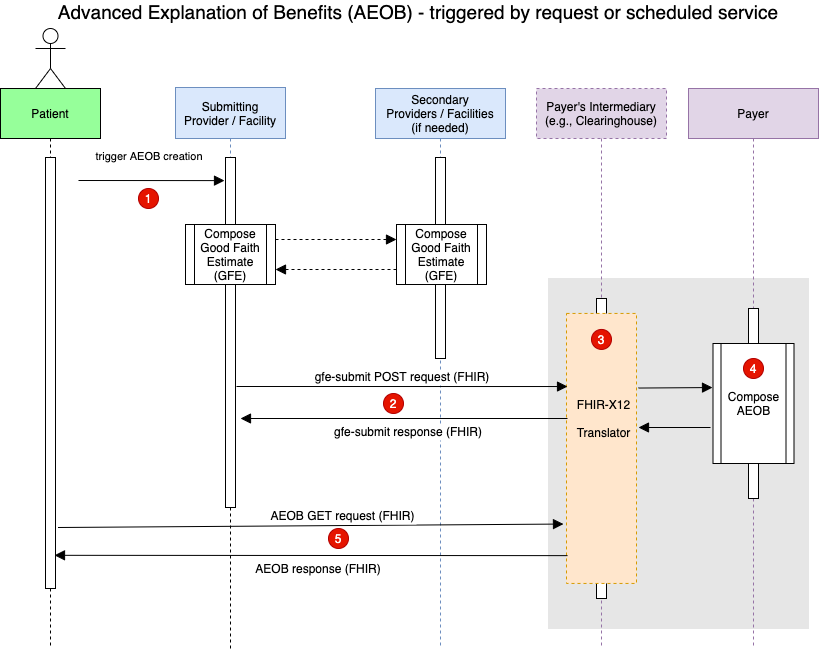
This is input/images/AEOB-interaction.drawio.png from HL7/davinci-pct, a draw.io export, as it was before one commit. Source tidied: cells renumbered, new cells last; positions are measured from the earlier drawing's top-left corner, leaving out a move shared by most shapes.
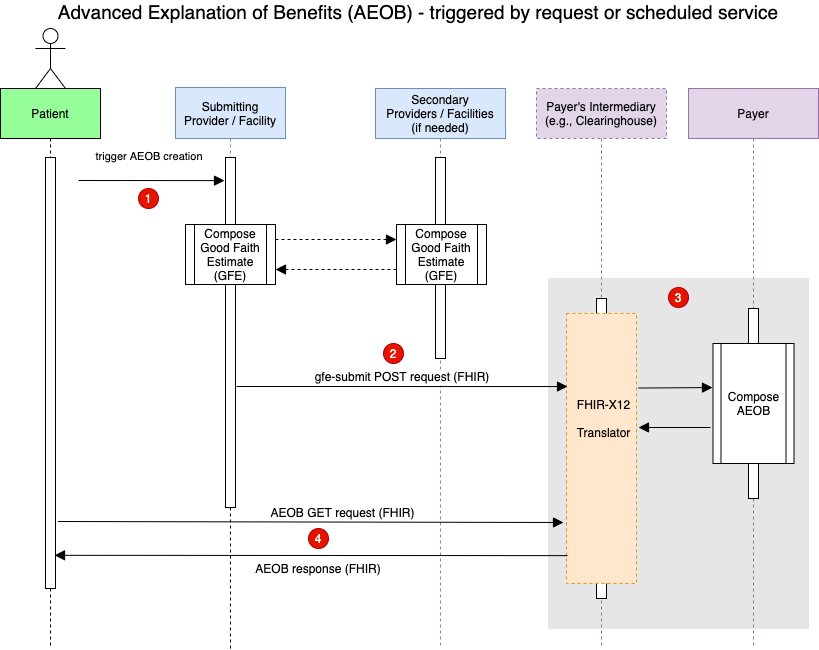
The same file after the commit.

What changed in the source:
```diff
@@ -58,11 +58,8 @@
       <mxGeometry x="138" y="187" width="20" height="20" as="geometry" />
     </mxCell>
     <mxCell id="18" value="2" style="ellipse;whiteSpace=wrap;html=1;fillColor=#e51400;strokeColor=#B20000;fontColor=#ffffff;" parent="1" vertex="1">
-      <mxGeometry x="383" y="392" width="20" height="20" as="geometry" />
+      <mxGeometry x="383" y="342" width="20" height="20" as="geometry" />
     </mxCell>
-    <mxCell id="19" value="5" style="ellipse;whiteSpace=wrap;html=1;fillColor=#e51400;strokeColor=#B20000;fontColor=#ffffff;" parent="1" vertex="1">
-      <mxGeometry x="328" y="527" width="20" height="20" as="geometry" />
-    </mxCell>
     <mxCell id="20" style="perimeter=orthogonalPerimeter;rounded=0;shadow=0;strokeWidth=1;fillColor=#E6E6E6;strokeColor=#E6E6E6;" parent="1" vertex="1">
       <mxGeometry x="548" y="277" width="260" height="350" as="geometry" />
     </mxCell>
@@ -87,14 +84,11 @@
     <mxCell id="27" value="&lt;font style=&quot;font-size: 12px ; font-weight: normal&quot;&gt;FHIR-X12&lt;br&gt;Translator&lt;/font&gt;" style="text;strokeColor=none;fillColor=none;html=1;fontSize=24;fontStyle=1;verticalAlign=middle;align=center;" parent="25" vertex="1">
       <mxGeometry y="51.2" width="70" height="90" as="geometry" />
     </mxCell>
-    <mxCell id="28" value="3" style="ellipse;whiteSpace=wrap;html=1;fillColor=#e51400;strokeColor=#B20000;fontColor=#ffffff;" parent="25" vertex="1">
-      <mxGeometry x="23" y="10.9" width="20" height="20" as="geometry" />
-    </mxCell>
     <mxCell id="29" value="Compose AEOB" style="shape=process;whiteSpace=wrap;html=1;backgroundOutline=1;" parent="1" vertex="1">
       <mxGeometry x="712.5" y="342" width="81" height="120" as="geometry" />
     </mxCell>
-    <mxCell id="30" value="4" style="ellipse;whiteSpace=wrap;html=1;fillColor=#e51400;strokeColor=#B20000;fontColor=#ffffff;" parent="1" vertex="1">
-      <mxGeometry x="743" y="357" width="20" height="20" as="geometry" />
+    <mxCell id="30" value="3" style="ellipse;whiteSpace=wrap;html=1;fillColor=#e51400;strokeColor=#B20000;fontColor=#ffffff;" parent="1" vertex="1">
+      <mxGeometry x="668" y="286" width="20" height="20" as="geometry" />
     </mxCell>
     <mxCell id="31" value="AEOB response (FHIR)" style="verticalAlign=bottom;endArrow=block;endSize=8;shadow=0;strokeWidth=1;endFill=1;entryX=0.9;entryY=0.923;entryDx=0;entryDy=0;entryPerimeter=0;exitX=0.014;exitY=0.897;exitDx=0;exitDy=0;exitPerimeter=0;fontSize=12;" parent="1" edge="1" source="26" target="3">
       <mxGeometry x="-0.03" y="23" relative="1" as="geometry" />
@@ -116,16 +110,14 @@
         <mxPoint x="638" y="426" as="targetPoint" />
       </mxGeometry>
     </mxCell>
-    <mxCell id="35" value="AEOB GET request (FHIR)" style="verticalAlign=bottom;endArrow=block;endSize=8;shadow=0;strokeWidth=1;endFill=1;entryX=-0.043;entryY=0.78;entryDx=0;entryDy=0;entryPerimeter=0;fontSize=12;" parent="1" edge="1" target="26">
+    <mxCell id="35" value="AEOB GET request (FHIR)" style="verticalAlign=bottom;endArrow=block;endSize=8;shadow=0;strokeWidth=1;endFill=1;fontSize=12;" parent="1" edge="1">
       <mxGeometry x="0.13" relative="1" as="geometry">
-        <mxPoint x="57.5" y="526" as="sourcePoint" />
+        <mxPoint x="57.5" y="520" as="sourcePoint" />
+        <mxPoint x="563" y="521" as="targetPoint" />
       </mxGeometry>
     </mxCell>
-    <mxCell id="36" value="gfe-submit response (FHIR)" style="verticalAlign=bottom;endArrow=block;endSize=8;shadow=0;strokeWidth=1;endFill=1;fontSize=12;" parent="1" edge="1">
-      <mxGeometry x="-0.03" y="23" relative="1" as="geometry">
-        <mxPoint x="567" y="417" as="sourcePoint" />
-        <mxPoint x="240" y="417" as="targetPoint" />
-      </mxGeometry>
-    </mxCell>
+    <mxCell id="28" value="4" style="ellipse;whiteSpace=wrap;html=1;fillColor=#e51400;strokeColor=#B20000;fontColor=#ffffff;" parent="1" vertex="1">
+      <mxGeometry x="308" y="527" width="20" height="20" as="geometry" />
+    </mxCell>
   </root>
 </mxGraphModel>
```
